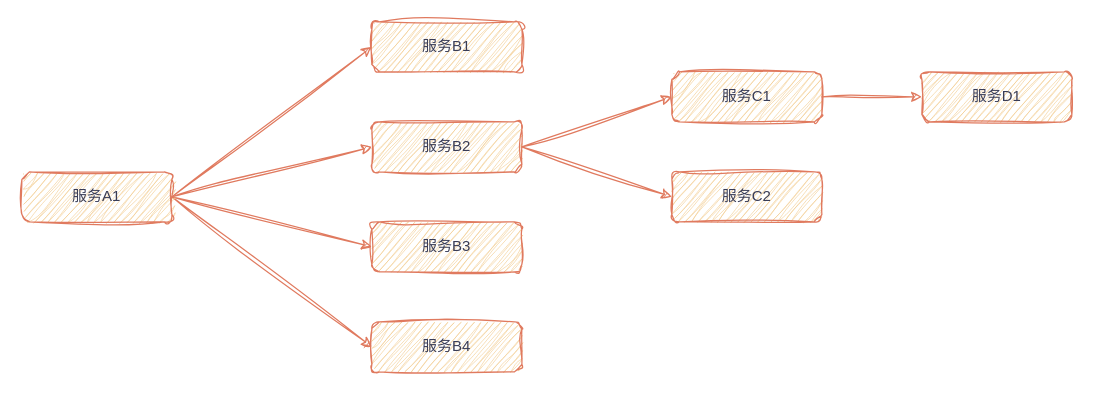
This is architecture/微服务.drawio from LanSeTianYe/draw, a draw.io file, before an edit. Source tidied: cells renumbered, new cells numbered last; positions are measured from the earlier drawing's top-left corner, leaving out a move shared by most shapes. Both pictures are drawn from the tidied source at 125%, with x=0, y=0 at pixel (21, 21).
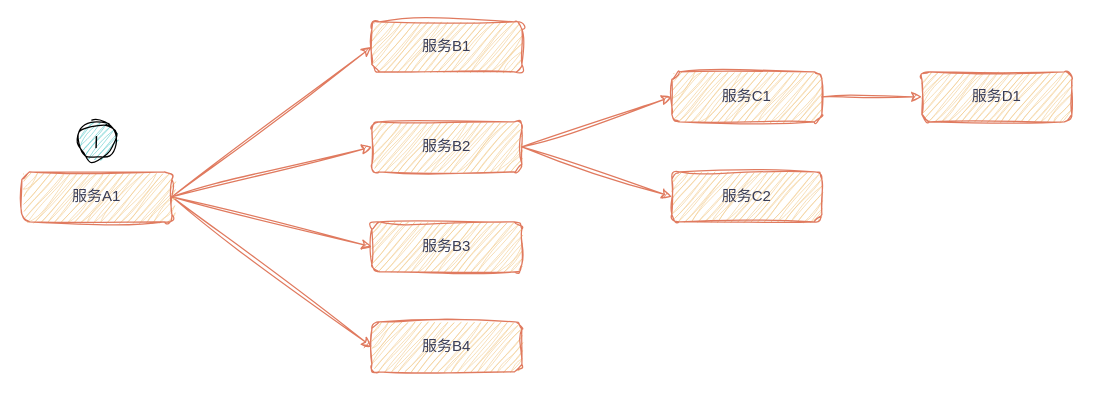
The same page after the edit.

Commit message:
更新微服务.drawio

The edit, as a diff of the source:
```diff
@@
 <mxGraphModel>
   <root>
     <mxCell id="0" />
     <mxCell id="1" parent="0" />
     <mxCell id="2" value="服务B1" style="rounded=1;whiteSpace=wrap;html=1;sketch=1;curveFitting=1;jiggle=2;labelBackgroundColor=none;fillColor=#F2CC8F;strokeColor=#E07A5F;fontColor=#393C56;" parent="1" vertex="1">
       <mxGeometry x="280" width="120" height="40" as="geometry" />
     </mxCell>
     <mxCell id="3" style="edgeStyle=none;rounded=0;sketch=1;hachureGap=4;jiggle=2;curveFitting=1;jettySize=auto;html=1;exitX=1;exitY=0.5;exitDx=0;exitDy=0;entryX=0;entryY=0.5;entryDx=0;entryDy=0;strokeColor=#E07A5F;fontFamily=Architects Daughter;fontColor=#393C56;fillColor=#F2CC8F;" parent="1" edge="1" source="5" target="14">
       <mxGeometry relative="1" as="geometry" />
     </mxCell>
     <mxCell id="4" style="edgeStyle=none;rounded=0;sketch=1;hachureGap=4;jiggle=2;curveFitting=1;jettySize=auto;html=1;exitX=1;exitY=0.5;exitDx=0;exitDy=0;entryX=0;entryY=0.5;entryDx=0;entryDy=0;strokeColor=#E07A5F;fontFamily=Architects Daughter;fontColor=#393C56;fillColor=#F2CC8F;" parent="1" edge="1" source="5" target="15">
       <mxGeometry relative="1" as="geometry" />
     </mxCell>
     <mxCell id="5" value="服务B2" style="rounded=1;whiteSpace=wrap;html=1;sketch=1;curveFitting=1;jiggle=2;labelBackgroundColor=none;fillColor=#F2CC8F;strokeColor=#E07A5F;fontColor=#393C56;" parent="1" vertex="1">
       <mxGeometry x="280" y="80" width="120" height="40" as="geometry" />
     </mxCell>
     <mxCell id="6" value="服务B3" style="rounded=1;whiteSpace=wrap;html=1;sketch=1;curveFitting=1;jiggle=2;labelBackgroundColor=none;fillColor=#F2CC8F;strokeColor=#E07A5F;fontColor=#393C56;" parent="1" vertex="1">
       <mxGeometry x="280" y="160" width="120" height="40" as="geometry" />
     </mxCell>
     <mxCell id="7" value="服务B4" style="rounded=1;whiteSpace=wrap;html=1;sketch=1;curveFitting=1;jiggle=2;labelBackgroundColor=none;fillColor=#F2CC8F;strokeColor=#E07A5F;fontColor=#393C56;" parent="1" vertex="1">
       <mxGeometry x="280" y="240" width="120" height="40" as="geometry" />
     </mxCell>
     <mxCell id="8" style="edgeStyle=none;rounded=0;sketch=1;hachureGap=4;jiggle=2;curveFitting=1;jettySize=auto;html=1;exitX=1;exitY=0.5;exitDx=0;exitDy=0;entryX=0;entryY=0.5;entryDx=0;entryDy=0;strokeColor=#E07A5F;fontFamily=Architects Daughter;fontColor=#393C56;fillColor=#F2CC8F;" parent="1" edge="1" source="12" target="2">
       <mxGeometry relative="1" as="geometry" />
     </mxCell>
     <mxCell id="9" style="edgeStyle=none;rounded=0;sketch=1;hachureGap=4;jiggle=2;curveFitting=1;jettySize=auto;html=1;exitX=1;exitY=0.5;exitDx=0;exitDy=0;entryX=0;entryY=0.5;entryDx=0;entryDy=0;strokeColor=#E07A5F;fontFamily=Architects Daughter;fontColor=#393C56;fillColor=#F2CC8F;" parent="1" edge="1" source="12" target="5">
       <mxGeometry relative="1" as="geometry" />
     </mxCell>
     <mxCell id="10" style="edgeStyle=none;rounded=0;sketch=1;hachureGap=4;jiggle=2;curveFitting=1;jettySize=auto;html=1;exitX=1;exitY=0.5;exitDx=0;exitDy=0;entryX=0;entryY=0.5;entryDx=0;entryDy=0;strokeColor=#E07A5F;fontFamily=Architects Daughter;fontColor=#393C56;fillColor=#F2CC8F;" parent="1" edge="1" source="12" target="6">
       <mxGeometry relative="1" as="geometry" />
     </mxCell>
     <mxCell id="11" style="edgeStyle=none;rounded=0;sketch=1;hachureGap=4;jiggle=2;curveFitting=1;jettySize=auto;html=1;exitX=1;exitY=0.5;exitDx=0;exitDy=0;entryX=0;entryY=0.5;entryDx=0;entryDy=0;strokeColor=#E07A5F;fontFamily=Architects Daughter;fontColor=#393C56;fillColor=#F2CC8F;" parent="1" edge="1" source="12" target="7">
       <mxGeometry relative="1" as="geometry" />
     </mxCell>
     <mxCell id="12" value="服务A1" style="rounded=1;whiteSpace=wrap;html=1;sketch=1;curveFitting=1;jiggle=2;labelBackgroundColor=none;fillColor=#F2CC8F;strokeColor=#E07A5F;fontColor=#393C56;" parent="1" vertex="1">
       <mxGeometry y="120" width="120" height="40" as="geometry" />
     </mxCell>
     <mxCell id="13" style="edgeStyle=none;rounded=0;sketch=1;hachureGap=4;jiggle=2;curveFitting=1;jettySize=auto;html=1;exitX=1;exitY=0.5;exitDx=0;exitDy=0;entryX=0;entryY=0.5;entryDx=0;entryDy=0;strokeColor=#E07A5F;fontFamily=Architects Daughter;fontColor=#393C56;fillColor=#F2CC8F;" parent="1" edge="1" source="14" target="16">
       <mxGeometry relative="1" as="geometry" />
     </mxCell>
     <mxCell id="14" value="服务C1" style="rounded=1;whiteSpace=wrap;html=1;sketch=1;curveFitting=1;jiggle=2;labelBackgroundColor=none;fillColor=#F2CC8F;strokeColor=#E07A5F;fontColor=#393C56;" parent="1" vertex="1">
       <mxGeometry x="520" y="40" width="120" height="40" as="geometry" />
     </mxCell>
     <mxCell id="15" value="服务C2" style="rounded=1;whiteSpace=wrap;html=1;sketch=1;curveFitting=1;jiggle=2;labelBackgroundColor=none;fillColor=#F2CC8F;strokeColor=#E07A5F;fontColor=#393C56;" parent="1" vertex="1">
       <mxGeometry x="520" y="120" width="120" height="40" as="geometry" />
     </mxCell>
     <mxCell id="16" value="服务D1" style="rounded=1;whiteSpace=wrap;html=1;sketch=1;curveFitting=1;jiggle=2;labelBackgroundColor=none;fillColor=#F2CC8F;strokeColor=#E07A5F;fontColor=#393C56;" parent="1" vertex="1">
       <mxGeometry x="720" y="40" width="120" height="40" as="geometry" />
     </mxCell>
+    <mxCell id="17" value="&lt;font style=&quot;font-size: 18px;&quot;&gt;1&lt;/font&gt;" style="ellipse;whiteSpace=wrap;html=1;sketch=1;hachureGap=4;jiggle=2;curveFitting=1;fontFamily=Architects Daughter;fillColor=#60CCCC;" parent="1" vertex="1">
+      <mxGeometry x="45" y="80" width="30" height="30" as="geometry" />
+    </mxCell>
   </root>
 </mxGraphModel>
```
